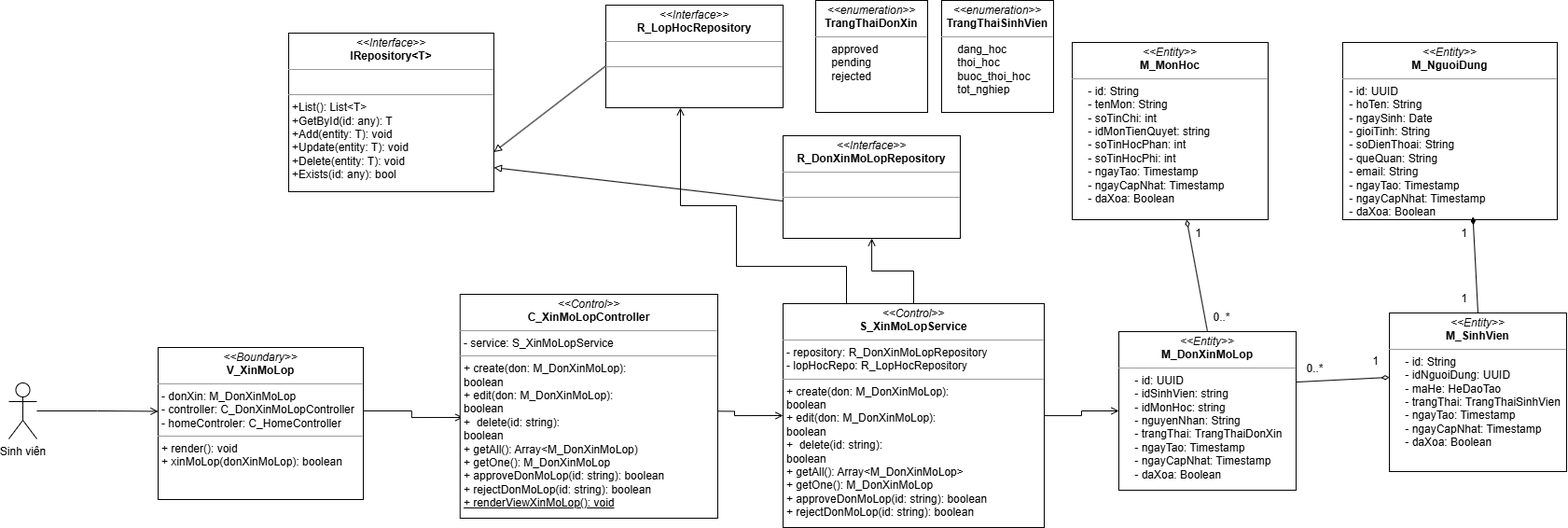
Before: Class Diagram/Xin_mo_lop/Xin_mo_lop_class_diagram.drawio.png, a diagram exported from draw.io (imvietcuongfrvietnam/PTTKHT). Source tidied: cells renumbered, new cells last; positions are measured from the earlier drawing's top-left corner, leaving out a move shared by most shapes.
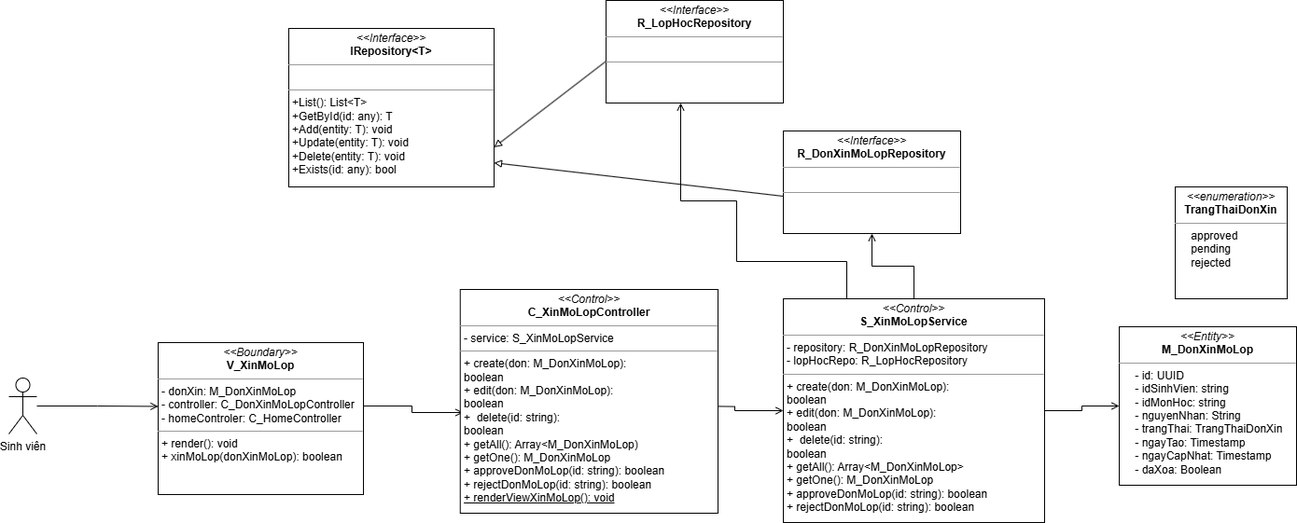
The same diagram one commit later.

Commit message:
fix: fix class diagram

What changed in the source:
```diff
@@ -14,9 +14,6 @@
     <mxCell id="5" style="endArrow=block;html=1;rounded=0;exitX=0.001;exitY=0.591;exitDx=0;exitDy=0;entryX=1;entryY=0.75;entryDx=0;entryDy=0;endFill=0;exitPerimeter=0;" parent="1" edge="1" source="15" target="4">
       <mxGeometry relative="1" as="geometry" />
     </mxCell>
-    <mxCell id="6" value="&lt;p style=&quot;margin:0px;margin-top:4px;text-align:center;&quot;&gt;&lt;i&gt;&amp;lt;&amp;lt;Entity&amp;gt;&amp;gt;&lt;/i&gt;&lt;br&gt;&lt;b&gt;M_MonHoc&lt;/b&gt;&lt;/p&gt;&lt;hr size=&quot;1&quot;&gt;&lt;p style=&quot;margin:0px;margin-left:4px;&quot;&gt;&amp;nbsp; &amp;nbsp; - id: String&lt;/p&gt;&lt;p style=&quot;margin:0px;margin-left:4px;&quot;&gt;&amp;nbsp; &amp;nbsp; - tenMon: String&lt;/p&gt;&lt;p style=&quot;margin:0px;margin-left:4px;&quot;&gt;&amp;nbsp; &amp;nbsp; - soTinChi: int&lt;/p&gt;&lt;p style=&quot;margin:0px;margin-left:4px;&quot;&gt;&amp;nbsp; &amp;nbsp; - idMonTienQuyet: string&lt;/p&gt;&lt;p style=&quot;margin:0px;margin-left:4px;&quot;&gt;&amp;nbsp; &amp;nbsp; - soTinHocPhan: int&lt;/p&gt;&lt;p style=&quot;margin:0px;margin-left:4px;&quot;&gt;&amp;nbsp; &amp;nbsp; - soTinHocPhi: int&lt;/p&gt;&lt;p style=&quot;margin:0px;margin-left:4px;&quot;&gt;&amp;nbsp; &amp;nbsp; - ngayTao: Timestamp&lt;/p&gt;&lt;p style=&quot;margin:0px;margin-left:4px;&quot;&gt;&amp;nbsp; &amp;nbsp; - ngayCapNhat: Timestamp&lt;/p&gt;&lt;p style=&quot;margin:0px;margin-left:4px;&quot;&gt;&amp;nbsp; &amp;nbsp; - daXoa: Boolean&lt;/p&gt;" style="verticalAlign=top;align=left;overflow=fill;fontSize=12;fontFamily=Helvetica;html=1;rounded=0;shadow=0;comic=0;labelBackgroundColor=none;strokeWidth=1;" parent="1" vertex="1">
-      <mxGeometry x="1140" y="45" width="210" height="190" as="geometry" />
-    </mxCell>
     <mxCell id="7" style="edgeStyle=orthogonalEdgeStyle;rounded=0;jettySize=auto;html=1;endArrow=open;endFill=0;exitX=0.999;exitY=0.417;exitDx=0;exitDy=0;exitPerimeter=0;entryX=0.011;entryY=0.55;entryDx=0;entryDy=0;entryPerimeter=0;" parent="1" edge="1" source="10" target="14">
       <mxGeometry relative="1" as="geometry" />
     </mxCell>
@@ -49,15 +46,9 @@
     <mxCell id="16" value="&lt;p style=&quot;margin:0px;margin-top:4px;text-align:center;&quot;&gt;&lt;i&gt;&amp;lt;&amp;lt;Interface&amp;gt;&amp;gt;&lt;/i&gt;&lt;br&gt;&lt;b&gt;R_DonXinMoLopRepository&lt;/b&gt;&lt;/p&gt;&lt;hr size=&quot;1&quot;&gt;&lt;p style=&quot;margin:0px;margin-left:4px;&quot;&gt;&lt;br&gt;&lt;/p&gt;&lt;hr size=&quot;1&quot;&gt;&lt;p style=&quot;margin: 0px 0px 0px 4px;&quot;&gt;&lt;br&gt;&lt;/p&gt;" style="verticalAlign=top;align=left;overflow=fill;fontSize=12;fontFamily=Helvetica;html=1;rounded=0;shadow=0;comic=0;labelBackgroundColor=none;strokeWidth=1;" parent="1" vertex="1">
       <mxGeometry x="830" y="145" width="190" height="110" as="geometry" />
     </mxCell>
-    <mxCell id="17" value="&lt;p style=&quot;margin:0px;margin-top:4px;text-align:center;&quot;&gt;&lt;i&gt;&amp;lt;&amp;lt;Entity&amp;gt;&amp;gt;&lt;/i&gt;&lt;br&gt;&lt;b&gt;M_SinhVien&lt;/b&gt;&lt;/p&gt;&lt;hr size=&quot;1&quot;&gt;&lt;p style=&quot;margin:0px;margin-left:4px;&quot;&gt;&amp;nbsp; &amp;nbsp; - id: String&lt;/p&gt;&lt;p style=&quot;margin:0px;margin-left:4px;&quot;&gt;&amp;nbsp; &amp;nbsp; - idNguoiDung: UUID&lt;/p&gt;&lt;p style=&quot;margin:0px;margin-left:4px;&quot;&gt;&amp;nbsp; &amp;nbsp; - maHe: HeDaoTao&lt;/p&gt;&lt;p style=&quot;margin:0px;margin-left:4px;&quot;&gt;&amp;nbsp; &amp;nbsp; - trangThai: TrangThaiSinhVien&lt;/p&gt;&lt;p style=&quot;margin:0px;margin-left:4px;&quot;&gt;&amp;nbsp; &amp;nbsp; - ngayTao: Timestamp&lt;/p&gt;&lt;p style=&quot;margin:0px;margin-left:4px;&quot;&gt;&amp;nbsp; &amp;nbsp; - ngayCapNhat: Timestamp&lt;/p&gt;&lt;p style=&quot;margin:0px;margin-left:4px;&quot;&gt;&amp;nbsp; &amp;nbsp; - daXoa: Boolean&lt;/p&gt;" style="verticalAlign=top;align=left;overflow=fill;fontSize=12;fontFamily=Helvetica;html=1;rounded=0;shadow=0;comic=0;labelBackgroundColor=none;strokeWidth=1;" parent="1" vertex="1">
-      <mxGeometry x="1480" y="335" width="190" height="170" as="geometry" />
-    </mxCell>
     <mxCell id="18" value="&lt;p style=&quot;margin:0px;margin-top:4px;text-align:center;&quot;&gt;&lt;i&gt;&amp;lt;&amp;lt;Entity&amp;gt;&amp;gt;&lt;/i&gt;&lt;br&gt;&lt;b&gt;M_DonXinMoLop&lt;/b&gt;&lt;/p&gt;&lt;hr size=&quot;1&quot;&gt;&lt;p style=&quot;margin:0px;margin-left:4px;&quot;&gt;&amp;nbsp; &amp;nbsp; - id: UUID&lt;/p&gt;&lt;p style=&quot;margin:0px;margin-left:4px;&quot;&gt;&amp;nbsp; &amp;nbsp; - idSinhVien: string&lt;/p&gt;&lt;p style=&quot;margin:0px;margin-left:4px;&quot;&gt;&amp;nbsp; &amp;nbsp; - idMonHoc: string&lt;/p&gt;&lt;p style=&quot;margin:0px;margin-left:4px;&quot;&gt;&amp;nbsp; &amp;nbsp; - nguyenNhan: String&lt;/p&gt;&lt;p style=&quot;margin:0px;margin-left:4px;&quot;&gt;&amp;nbsp; &amp;nbsp; - trangThai: TrangThaiDonXin&lt;/p&gt;&lt;p style=&quot;margin:0px;margin-left:4px;&quot;&gt;&amp;nbsp; &amp;nbsp; - ngayTao: Timestamp&lt;/p&gt;&lt;p style=&quot;margin:0px;margin-left:4px;&quot;&gt;&amp;nbsp; &amp;nbsp; - ngayCapNhat: Timestamp&lt;/p&gt;&lt;p style=&quot;margin:0px;margin-left:4px;&quot;&gt;&amp;nbsp; &amp;nbsp; - daXoa: Boolean&lt;/p&gt;" style="verticalAlign=top;align=left;overflow=fill;fontSize=12;fontFamily=Helvetica;html=1;rounded=0;shadow=0;comic=0;labelBackgroundColor=none;strokeWidth=1;" parent="1" vertex="1">
       <mxGeometry x="1190" y="355" width="190" height="170" as="geometry" />
     </mxCell>
-    <mxCell id="19" value="&lt;p style=&quot;margin:0px;margin-top:4px;text-align:center;&quot;&gt;&lt;i&gt;&amp;lt;&amp;lt;Entity&amp;gt;&amp;gt;&lt;/i&gt;&lt;br&gt;&lt;b&gt;M_NguoiDung&lt;/b&gt;&lt;/p&gt;&lt;hr size=&quot;1&quot;&gt;&lt;p style=&quot;margin:0px;margin-left:4px;&quot;&gt;&lt;span style=&quot;background-color: transparent;&quot;&gt;&amp;nbsp;- id: UUID&lt;/span&gt;&lt;/p&gt;&lt;p style=&quot;margin:0px;margin-left:4px;&quot;&gt;&amp;nbsp;- hoTen: String&lt;/p&gt;&lt;p style=&quot;margin:0px;margin-left:4px;&quot;&gt;&amp;nbsp;- ngaySinh: Date&lt;/p&gt;&lt;p style=&quot;margin:0px;margin-left:4px;&quot;&gt;&amp;nbsp;- gioiTinh: String&lt;/p&gt;&lt;p style=&quot;margin:0px;margin-left:4px;&quot;&gt;&amp;nbsp;- soDienThoai: String&lt;/p&gt;&lt;p style=&quot;margin:0px;margin-left:4px;&quot;&gt;&amp;nbsp;- queQuan: String&lt;/p&gt;&lt;p style=&quot;margin:0px;margin-left:4px;&quot;&gt;&amp;nbsp;- email: String&lt;/p&gt;&lt;p style=&quot;margin:0px;margin-left:4px;&quot;&gt;&amp;nbsp;- ngayTao: Timestamp&lt;/p&gt;&lt;p style=&quot;margin:0px;margin-left:4px;&quot;&gt;&amp;nbsp;- ngayCapNhat: Timestamp&lt;/p&gt;&lt;p style=&quot;margin:0px;margin-left:4px;&quot;&gt;&amp;nbsp;- daXoa: Boolean&lt;/p&gt;" style="verticalAlign=top;align=left;overflow=fill;fontSize=12;fontFamily=Helvetica;html=1;rounded=0;shadow=0;comic=0;labelBackgroundColor=none;strokeWidth=1;" parent="1" vertex="1">
-      <mxGeometry x="1430" y="45" width="230" height="190" as="geometry" />
-    </mxCell>
     <mxCell id="20" style="edgeStyle=orthogonalEdgeStyle;rounded=0;jettySize=auto;html=1;exitX=0.25;exitY=0;exitDx=0;exitDy=0;endArrow=open;endFill=0;" parent="1" edge="1" source="13" target="15">
       <mxGeometry relative="1" as="geometry">
         <Array as="points">
@@ -73,40 +64,8 @@
         <mxPoint x="830" y="215" as="sourcePoint" />
       </mxGeometry>
     </mxCell>
-    <mxCell id="22" style="endArrow=diamondThin;html=1;rounded=0;exitX=1.001;exitY=0.318;exitDx=0;exitDy=0;exitPerimeter=0;endFill=0;" parent="1" edge="1" source="18">
-      <mxGeometry relative="1" as="geometry">
-        <mxPoint x="1480" y="404" as="targetPoint" />
-      </mxGeometry>
-    </mxCell>
-    <mxCell id="23" style="endArrow=diamondThin;html=1;rounded=0;endFill=0;exitX=0.5;exitY=0;exitDx=0;exitDy=0;" parent="1" edge="1" source="18" target="6">
-      <mxGeometry relative="1" as="geometry" />
-    </mxCell>
-    <mxCell id="24" style="endArrow=diamondThin;html=1;rounded=0;exitX=0.5;exitY=0;exitDx=0;exitDy=0;entryX=0.607;entryY=0.984;entryDx=0;entryDy=0;endFill=1;entryPerimeter=0;" parent="1" edge="1" source="17" target="19">
-      <mxGeometry relative="1" as="geometry" />
-    </mxCell>
-    <mxCell id="25" value="0..*" style="text;html=1;align=center;verticalAlign=middle;strokeColor=none;fillColor=none;" parent="1" vertex="1">
-      <mxGeometry x="1380" y="380" width="40" height="30" as="geometry" />
-    </mxCell>
-    <mxCell id="26" value="0..*" style="text;html=1;align=center;verticalAlign=middle;strokeColor=none;fillColor=none;" parent="1" vertex="1">
-      <mxGeometry x="1280" y="325" width="40" height="30" as="geometry" />
-    </mxCell>
-    <mxCell id="27" value="1" style="text;html=1;align=center;verticalAlign=middle;strokeColor=none;fillColor=none;" parent="1" vertex="1">
-      <mxGeometry x="1260" y="235" width="30" height="30" as="geometry" />
-    </mxCell>
-    <mxCell id="28" value="1" style="text;html=1;align=center;verticalAlign=middle;strokeColor=none;fillColor=none;" parent="1" vertex="1">
-      <mxGeometry x="1450" y="372" width="30" height="30" as="geometry" />
-    </mxCell>
-    <mxCell id="29" value="1" style="text;html=1;align=center;verticalAlign=middle;strokeColor=none;fillColor=none;" parent="1" vertex="1">
-      <mxGeometry x="1545" y="305" width="30" height="30" as="geometry" />
-    </mxCell>
-    <mxCell id="30" value="1" style="text;html=1;align=center;verticalAlign=middle;strokeColor=none;fillColor=none;" parent="1" vertex="1">
-      <mxGeometry x="1545" y="235" width="30" height="30" as="geometry" />
-    </mxCell>
     <mxCell id="31" value="&lt;p style=&quot;margin:0px;margin-top:4px;text-align:center;&quot;&gt;&lt;i&gt;&amp;lt;&amp;lt;enumeration&amp;gt;&amp;gt;&lt;/i&gt;&lt;br&gt;&lt;b&gt;TrangThaiDonXin&lt;/b&gt;&lt;/p&gt;&lt;hr size=&quot;1&quot;&gt;&lt;p style=&quot;margin:0px;margin-left:4px;&quot;&gt;&amp;nbsp; &amp;nbsp; approved&lt;/p&gt;&lt;p style=&quot;margin:0px;margin-left:4px;&quot;&gt;&amp;nbsp; &amp;nbsp; pending&lt;/p&gt;&lt;p style=&quot;margin:0px;margin-left:4px;&quot;&gt;&amp;nbsp; &amp;nbsp; rejected&lt;/p&gt;" style="verticalAlign=top;align=left;overflow=fill;fontSize=12;fontFamily=Helvetica;html=1;rounded=0;shadow=0;comic=0;labelBackgroundColor=none;strokeWidth=1;" parent="1" vertex="1">
-      <mxGeometry x="865" width="120" height="120" as="geometry" />
+      <mxGeometry x="1250" y="205" width="120" height="120" as="geometry" />
     </mxCell>
-    <mxCell id="32" value="&lt;p style=&quot;margin:0px;margin-top:4px;text-align:center;&quot;&gt;&lt;i&gt;&amp;lt;&amp;lt;enumeration&amp;gt;&amp;gt;&lt;/i&gt;&lt;br&gt;&lt;b&gt;TrangThaiSinhVien&lt;/b&gt;&lt;/p&gt;&lt;hr size=&quot;1&quot;&gt;&lt;p style=&quot;margin:0px;margin-left:4px;&quot;&gt;&amp;nbsp; &amp;nbsp; dang_hoc&lt;/p&gt;&lt;p style=&quot;margin:0px;margin-left:4px;&quot;&gt;&amp;nbsp; &amp;nbsp; thoi_hoc&lt;/p&gt;&lt;p style=&quot;margin:0px;margin-left:4px;&quot;&gt;&amp;nbsp; &amp;nbsp; buoc_thoi_hoc&lt;/p&gt;&lt;p style=&quot;margin:0px;margin-left:4px;&quot;&gt;&amp;nbsp; &amp;nbsp; tot_nghiep&lt;/p&gt;" style="verticalAlign=top;align=left;overflow=fill;fontSize=12;fontFamily=Helvetica;html=1;rounded=0;shadow=0;comic=0;labelBackgroundColor=none;strokeWidth=1;" parent="1" vertex="1">
-      <mxGeometry x="1000" width="120" height="120" as="geometry" />
-    </mxCell>
   </root>
 </mxGraphModel>
```
